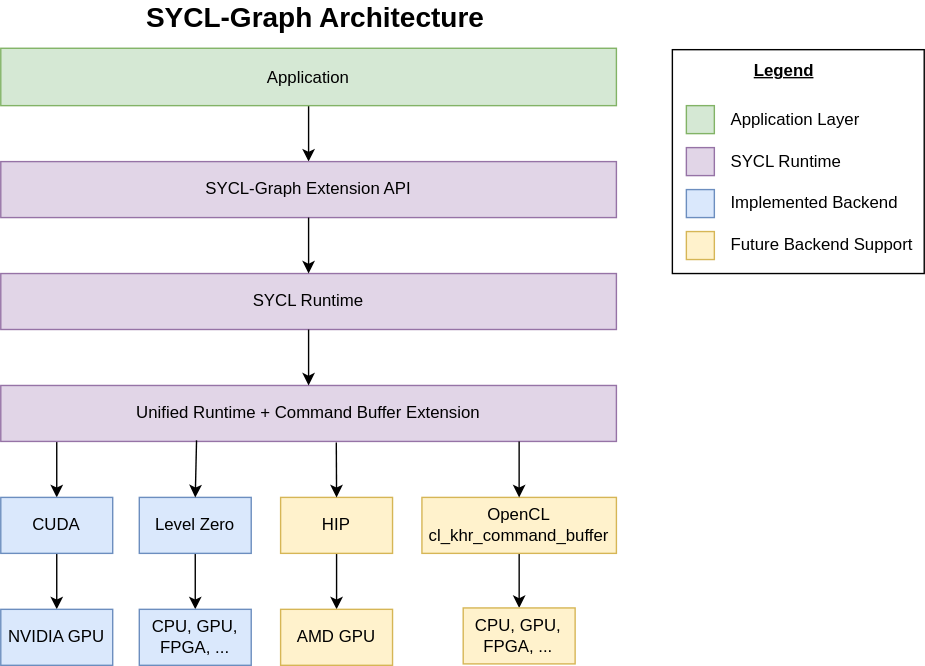
Above: sycl/doc/design/images/SYCL-Graph-Architecture.svg in intel/llvm (draw.io), before the change. Source tidied: cells renumbered, new cells last; positions are measured from the earlier drawing's top-left corner, leaving out a move shared by most shapes. Source of this version:
```xml
<mxGraphModel>
  <root>
    <mxCell id="0" />
    <mxCell id="1" parent="0" />
    <mxCell id="2" style="edgeStyle=orthogonalEdgeStyle;rounded=0;jettySize=auto;html=1;" parent="1" edge="1" source="3" target="4">
      <mxGeometry relative="1" as="geometry" />
    </mxCell>
    <mxCell id="3" value="Application" style="rounded=0;whiteSpace=wrap;html=1;fillColor=#d5e8d4;strokeColor=#82b366;" parent="1" vertex="1">
      <mxGeometry y="24" width="440" height="41" as="geometry" />
    </mxCell>
    <mxCell id="4" value="SYCL-Graph Extension API" style="rounded=0;whiteSpace=wrap;html=1;fillColor=#e1d5e7;strokeColor=#9673a6;" parent="1" vertex="1">
      <mxGeometry y="105" width="440" height="40" as="geometry" />
    </mxCell>
    <mxCell id="5" value="SYCL Runtime" style="rounded=0;whiteSpace=wrap;html=1;fillColor=#e1d5e7;strokeColor=#9673a6;" parent="1" vertex="1">
      <mxGeometry y="185" width="440" height="40" as="geometry" />
    </mxCell>
    <mxCell id="6" style="edgeStyle=orthogonalEdgeStyle;rounded=0;jettySize=auto;html=1;entryX=0.5;entryY=0;entryDx=0;entryDy=0;" parent="1" edge="1" source="7" target="9">
      <mxGeometry relative="1" as="geometry">
        <Array as="points">
          <mxPoint x="40" y="335" />
          <mxPoint x="40" y="335" />
        </Array>
      </mxGeometry>
    </mxCell>
    <mxCell id="7" value="Unified Runtime + Command Buffer Extension" style="rounded=0;whiteSpace=wrap;html=1;fillColor=#e1d5e7;strokeColor=#9673a6;" parent="1" vertex="1">
      <mxGeometry y="265" width="440" height="40" as="geometry" />
    </mxCell>
    <mxCell id="8" style="edgeStyle=orthogonalEdgeStyle;rounded=0;jettySize=auto;html=1;" parent="1" edge="1" source="9" target="10">
      <mxGeometry relative="1" as="geometry" />
    </mxCell>
    <mxCell id="9" value="CUDA" style="rounded=0;whiteSpace=wrap;html=1;fillColor=#dae8fc;strokeColor=#6c8ebf;" parent="1" vertex="1">
      <mxGeometry y="345" width="80" height="40" as="geometry" />
    </mxCell>
    <mxCell id="10" value="NVIDIA GPU" style="rounded=0;whiteSpace=wrap;html=1;fillColor=#dae8fc;strokeColor=#6c8ebf;" parent="1" vertex="1">
      <mxGeometry y="425" width="80" height="40" as="geometry" />
    </mxCell>
    <mxCell id="11" style="edgeStyle=orthogonalEdgeStyle;rounded=0;jettySize=auto;html=1;" parent="1" edge="1" source="12" target="13">
      <mxGeometry relative="1" as="geometry" />
    </mxCell>
    <mxCell id="12" value="Level Zero" style="rounded=0;whiteSpace=wrap;html=1;fillColor=#dae8fc;strokeColor=#6c8ebf;" parent="1" vertex="1">
      <mxGeometry x="99" y="345" width="80" height="40" as="geometry" />
    </mxCell>
    <mxCell id="13" value="CPU, GPU, FPGA, ..." style="rounded=0;whiteSpace=wrap;html=1;fillColor=#dae8fc;strokeColor=#6c8ebf;" parent="1" vertex="1">
      <mxGeometry x="99" y="425" width="80" height="40" as="geometry" />
    </mxCell>
    <mxCell id="14" style="edgeStyle=orthogonalEdgeStyle;rounded=0;jettySize=auto;html=1;" parent="1" edge="1" source="15" target="18">
      <mxGeometry relative="1" as="geometry" />
    </mxCell>
    <mxCell id="15" value="HIP" style="rounded=0;whiteSpace=wrap;html=1;fillColor=#fff2cc;strokeColor=#d6b656;" parent="1" vertex="1">
      <mxGeometry x="200" y="345" width="80" height="40" as="geometry" />
    </mxCell>
    <mxCell id="16" style="edgeStyle=orthogonalEdgeStyle;rounded=0;jettySize=auto;html=1;" parent="1" edge="1" source="17" target="19">
      <mxGeometry relative="1" as="geometry" />
    </mxCell>
    <mxCell id="17" value="OpenCL cl_khr_command_buffer" style="rounded=0;whiteSpace=wrap;html=1;fillColor=#fff2cc;strokeColor=#d6b656;" parent="1" vertex="1">
      <mxGeometry x="301" y="345" width="139" height="40" as="geometry" />
    </mxCell>
    <mxCell id="18" value="AMD GPU" style="rounded=0;whiteSpace=wrap;html=1;fillColor=#fff2cc;strokeColor=#d6b656;" parent="1" vertex="1">
      <mxGeometry x="200" y="425" width="80" height="40" as="geometry" />
    </mxCell>
    <mxCell id="19" value="CPU, GPU, FPGA, ..." style="rounded=0;whiteSpace=wrap;html=1;fillColor=#fff2cc;strokeColor=#d6b656;" parent="1" vertex="1">
      <mxGeometry x="330.5" y="424" width="80" height="40" as="geometry" />
    </mxCell>
    <mxCell id="20" style="endArrow=classic;html=1;rounded=0;exitX=0.5;exitY=1;exitDx=0;exitDy=0;entryX=0.5;entryY=0;entryDx=0;entryDy=0;" parent="1" edge="1" source="4" target="5">
      <mxGeometry relative="1" as="geometry" />
    </mxCell>
    <mxCell id="21" style="endArrow=classic;html=1;rounded=0;exitX=0.5;exitY=1;exitDx=0;exitDy=0;entryX=0.5;entryY=0;entryDx=0;entryDy=0;" parent="1" edge="1" source="5" target="7">
      <mxGeometry relative="1" as="geometry" />
    </mxCell>
    <mxCell id="22" style="endArrow=classic;html=1;rounded=0;exitX=0.545;exitY=1.021;exitDx=0;exitDy=0;exitPerimeter=0;" parent="1" edge="1" source="7">
      <mxGeometry relative="1" as="geometry">
        <mxPoint x="240" y="345" as="targetPoint" />
      </mxGeometry>
    </mxCell>
    <mxCell id="23" style="endArrow=classic;html=1;rounded=0;exitX=0.318;exitY=0.981;exitDx=0;exitDy=0;exitPerimeter=0;entryX=0.5;entryY=0;entryDx=0;entryDy=0;" parent="1" edge="1" source="7" target="12">
      <mxGeometry relative="1" as="geometry" />
    </mxCell>
    <mxCell id="24" style="endArrow=classic;html=1;rounded=0;exitX=0.842;exitY=1;exitDx=0;exitDy=0;exitPerimeter=0;" parent="1" edge="1" source="7" target="17">
      <mxGeometry relative="1" as="geometry" />
    </mxCell>
    <mxCell id="25" value="&lt;div align=&quot;center&quot;&gt;&lt;b&gt;&lt;font style=&quot;font-size: 20px;&quot;&gt;SYCL-Graph Architecture&lt;/font&gt;&lt;/b&gt;&lt;/div&gt;" style="text;html=1;strokeColor=none;fillColor=none;spacing=5;spacingTop=-20;whiteSpace=wrap;overflow=hidden;rounded=0;align=center;" parent="1" vertex="1">
      <mxGeometry x="10" width="430" height="20" as="geometry" />
    </mxCell>
    <mxCell id="26" value="&lt;p align=&quot;center&quot; style=&quot;line-height: 90%;&quot;&gt;&lt;br&gt;&lt;/p&gt;" style="rounded=0;whiteSpace=wrap;html=1;align=center;" parent="1" vertex="1">
      <mxGeometry x="480" y="25" width="180" height="160" as="geometry" />
    </mxCell>
    <mxCell id="27" style="whiteSpace=wrap;html=1;fillColor=#d5e8d4;strokeColor=#82b366;" parent="1" vertex="1">
      <mxGeometry x="490" y="65" width="20" height="20" as="geometry" />
    </mxCell>
    <mxCell id="28" style="whiteSpace=wrap;html=1;fillColor=#e1d5e7;strokeColor=#9673a6;" parent="1" vertex="1">
      <mxGeometry x="490" y="95" width="20" height="20" as="geometry" />
    </mxCell>
    <mxCell id="29" style="whiteSpace=wrap;html=1;fillColor=#dae8fc;strokeColor=#6c8ebf;" parent="1" vertex="1">
      <mxGeometry x="490" y="125" width="20" height="20" as="geometry" />
    </mxCell>
    <mxCell id="30" style="whiteSpace=wrap;html=1;fillColor=#fff2cc;strokeColor=#d6b656;" parent="1" vertex="1">
      <mxGeometry x="490" y="155" width="20" height="20" as="geometry" />
    </mxCell>
    <mxCell id="31" value="Application Layer" style="text;html=1;strokeColor=none;fillColor=none;align=left;verticalAlign=middle;whiteSpace=wrap;rounded=0;" parent="1" vertex="1">
      <mxGeometry x="520" y="65" width="110" height="20" as="geometry" />
    </mxCell>
    <mxCell id="32" value="Implemented Backend" style="text;html=1;strokeColor=none;fillColor=none;align=left;verticalAlign=middle;whiteSpace=wrap;rounded=0;" parent="1" vertex="1">
      <mxGeometry x="520" y="125" width="130" height="20" as="geometry" />
    </mxCell>
    <mxCell id="33" value="SYCL Runtime" style="text;html=1;strokeColor=none;fillColor=none;align=left;verticalAlign=middle;whiteSpace=wrap;rounded=0;" parent="1" vertex="1">
      <mxGeometry x="520" y="95" width="110" height="20" as="geometry" />
    </mxCell>
    <mxCell id="34" value="Future Backend Support" style="text;html=1;strokeColor=none;fillColor=none;align=left;verticalAlign=middle;whiteSpace=wrap;rounded=0;" parent="1" vertex="1">
      <mxGeometry x="520" y="155" width="140" height="20" as="geometry" />
    </mxCell>
    <mxCell id="35" value="Legend" style="text;html=1;strokeColor=none;fillColor=none;align=center;verticalAlign=middle;whiteSpace=wrap;rounded=0;fontStyle=5;" parent="1" vertex="1">
      <mxGeometry x="530" y="25" width="60" height="30" as="geometry" />
    </mxCell>
  </root>
</mxGraphModel>
```
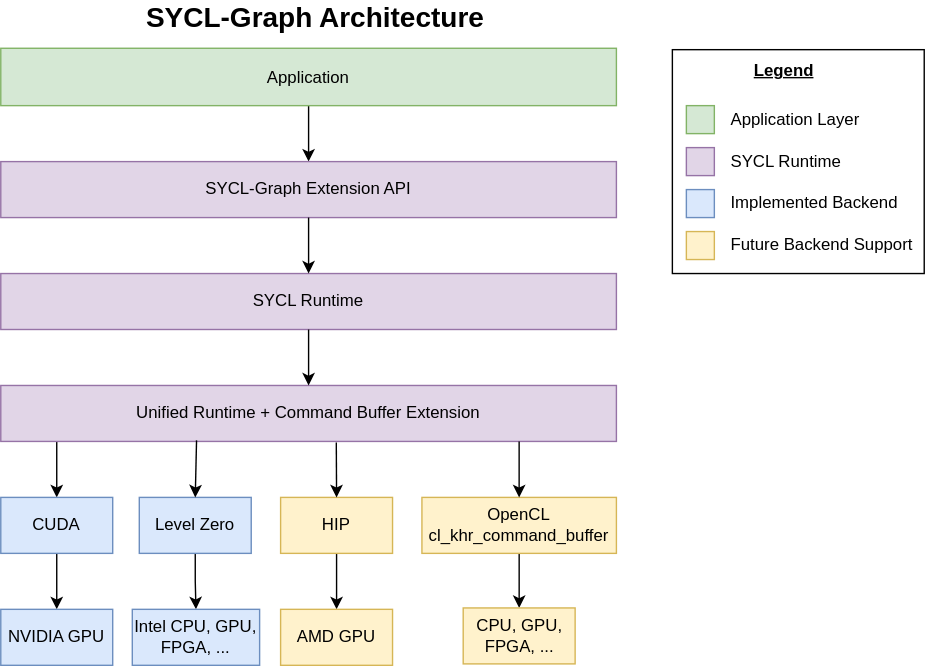
The same diagram one commit later.

Commit message:
Update doc on CUDA backend to SYCL-Graph

The edit, as a diff of the source:
```diff
@@ -40,8 +40,8 @@
     <mxCell id="12" value="Level Zero" style="rounded=0;whiteSpace=wrap;html=1;fillColor=#dae8fc;strokeColor=#6c8ebf;" parent="1" vertex="1">
       <mxGeometry x="99" y="345" width="80" height="40" as="geometry" />
     </mxCell>
-    <mxCell id="13" value="CPU, GPU, FPGA, ..." style="rounded=0;whiteSpace=wrap;html=1;fillColor=#dae8fc;strokeColor=#6c8ebf;" parent="1" vertex="1">
-      <mxGeometry x="99" y="425" width="80" height="40" as="geometry" />
+    <mxCell id="13" value="Intel CPU, GPU, FPGA, ..." style="rounded=0;whiteSpace=wrap;html=1;fillColor=#dae8fc;strokeColor=#6c8ebf;" parent="1" vertex="1">
+      <mxGeometry x="94" y="425" width="91" height="40" as="geometry" />
     </mxCell>
     <mxCell id="14" style="edgeStyle=orthogonalEdgeStyle;rounded=0;jettySize=auto;html=1;" parent="1" edge="1" source="15" target="18">
       <mxGeometry relative="1" as="geometry" />
```
